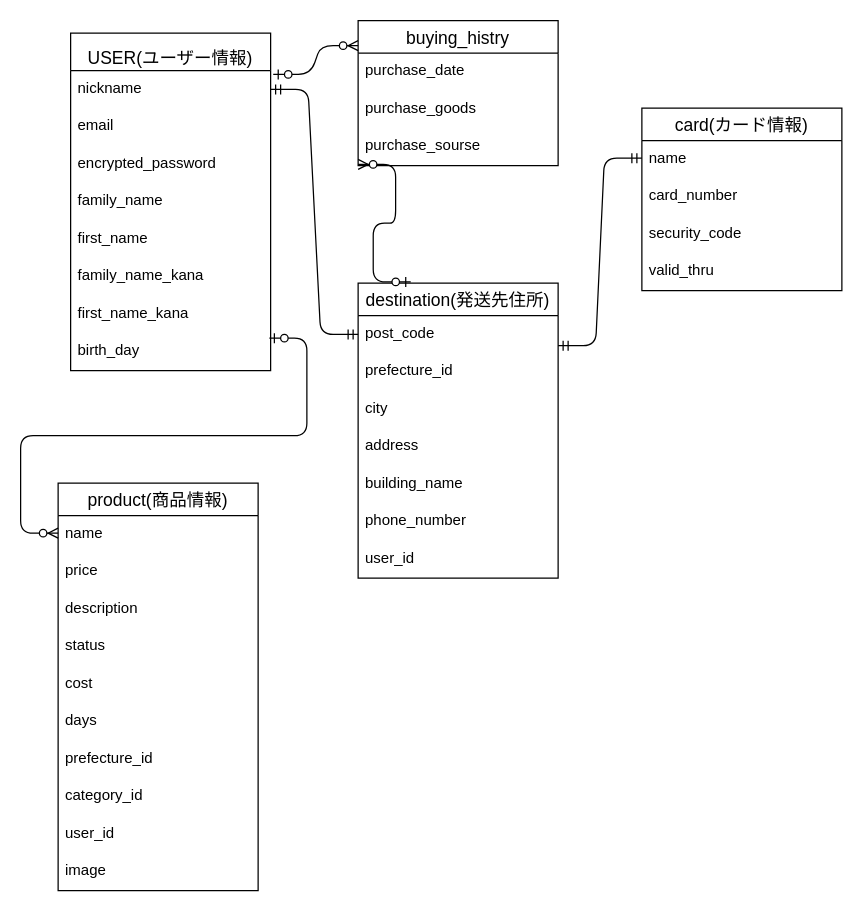
The draw.io diagram ER.dio in keitogit/furima-37392, before the edit. Source tidied: cells renumbered, new cells numbered last; positions are measured from the earlier drawing's top-left corner, leaving out a move shared by most shapes. Both pictures are drawn from the tidied source at 125%, with x=0, y=0 at pixel (58, 20).
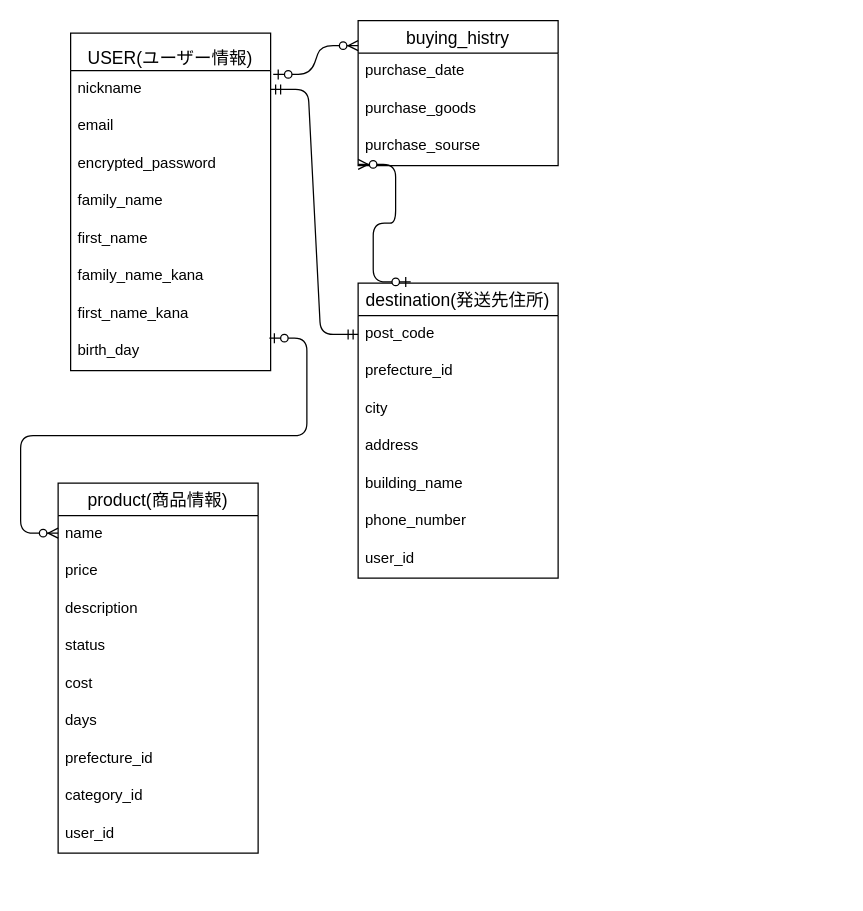
The same diagram, later.

Change to the diagram source:
```diff
@@
     <mxCell id="12" value="product(商品情報)" style="swimlane;fontStyle=0;horizontal=1;startSize=26;align=center;fontSize=14;" parent="1" vertex="1">
-      <mxGeometry y="370" width="160" height="326" as="geometry" />
+      <mxGeometry y="370" width="160" height="296" as="geometry" />
     </mxCell>
@@
-    <mxCell id="22" value="image" style="text;strokeColor=none;fillColor=none;spacingLeft=4;spacingRight=4;overflow=hidden;fontSize=12;" parent="12" vertex="1">
-      <mxGeometry y="296" width="160" height="30" as="geometry" />
-    </mxCell>
@@
-    <mxCell id="32" value="card(カード情報)" style="swimlane;fontStyle=0;horizontal=1;startSize=26;align=center;fontSize=14;labelBackgroundColor=default;" parent="1" vertex="1">
-      <mxGeometry x="467" y="70" width="160" height="146" as="geometry" />
-    </mxCell>
-    <mxCell id="33" value="name" style="text;strokeColor=none;fillColor=none;spacingLeft=4;spacingRight=4;overflow=hidden;fontSize=12;labelBackgroundColor=default;" parent="32" vertex="1">
-      <mxGeometry y="26" width="160" height="30" as="geometry" />
-    </mxCell>
-    <mxCell id="34" value="card_number" style="text;strokeColor=none;fillColor=none;spacingLeft=4;spacingRight=4;overflow=hidden;fontSize=12;labelBackgroundColor=default;" parent="32" vertex="1">
-      <mxGeometry y="56" width="160" height="30" as="geometry" />
-    </mxCell>
-    <mxCell id="35" value="security_code" style="text;strokeColor=none;fillColor=none;spacingLeft=4;spacingRight=4;overflow=hidden;fontSize=12;labelBackgroundColor=default;" parent="32" vertex="1">
-      <mxGeometry y="86" width="160" height="30" as="geometry" />
-    </mxCell>
-    <mxCell id="36" value="valid_thru" style="text;strokeColor=none;fillColor=none;spacingLeft=4;spacingRight=4;overflow=hidden;fontSize=12;labelBackgroundColor=default;" parent="32" vertex="1">
-      <mxGeometry y="116" width="160" height="30" as="geometry" />
-    </mxCell>
@@
-    <mxCell id="39" style="edgeStyle=entityRelationEdgeStyle;fontSize=12;html=1;endArrow=ERmandOne;startArrow=ERmandOne;exitX=1;exitY=0.8;exitDx=0;exitDy=0;exitPerimeter=0;" parent="1" edge="1">
-      <mxGeometry relative="1" as="geometry">
-        <mxPoint x="400" y="260" as="sourcePoint" />
-        <mxPoint x="467" y="110" as="targetPoint" />
-      </mxGeometry>
-    </mxCell>
```
